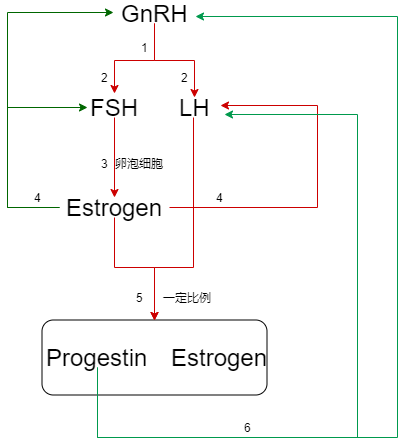
This is 反馈调节机制.png from LiDelight/Pictures, a draw.io export, as it was before one commit. Source tidied: cells renumbered, new cells last; positions are measured from the earlier drawing's top-left corner, leaving out a move shared by most shapes. The source it was exported from:
```xml
<mxGraphModel>
  <root>
    <mxCell id="0" />
    <mxCell id="1" parent="0" />
    <mxCell id="2" style="rounded=1;whiteSpace=wrap;html=1;" parent="1" vertex="1">
      <mxGeometry x="34.5" y="316.5" width="225" height="75" as="geometry" />
    </mxCell>
    <mxCell id="3" style="edgeStyle=orthogonalEdgeStyle;rounded=0;jettySize=auto;html=1;strokeColor=#CC0000;entryX=0.5;entryY=-0.2;entryDx=0;entryDy=0;entryPerimeter=0;" parent="1" edge="1" source="5" target="7">
      <mxGeometry relative="1" as="geometry" />
    </mxCell>
    <mxCell id="4" style="edgeStyle=orthogonalEdgeStyle;rounded=0;jettySize=auto;html=1;strokeColor=#CC0000;" parent="1" edge="1" source="5" target="13">
      <mxGeometry relative="1" as="geometry" />
    </mxCell>
    <mxCell id="5" value="&lt;font style=&quot;font-size: 24px&quot; face=&quot;Arial&quot;&gt;GnRH&lt;/font&gt;" style="text;html=1;align=center;verticalAlign=middle;points=[];" parent="1" vertex="1">
      <mxGeometry x="107" width="80" height="20" as="geometry" />
    </mxCell>
    <mxCell id="6" style="edgeStyle=orthogonalEdgeStyle;rounded=0;jettySize=auto;html=1;strokeColor=#CC0000;" parent="1" edge="1" source="7" target="12">
      <mxGeometry relative="1" as="geometry" />
    </mxCell>
    <mxCell id="7" value="&lt;font style=&quot;font-size: 24px&quot;&gt;FSH&lt;/font&gt;" style="text;html=1;align=center;verticalAlign=middle;points=[];" parent="1" vertex="1">
      <mxGeometry x="77" y="94" width="60" height="20" as="geometry" />
    </mxCell>
    <mxCell id="8" style="edgeStyle=orthogonalEdgeStyle;rounded=0;jettySize=auto;html=1;entryX=-0.01;entryY=0.46;entryDx=0;entryDy=0;entryPerimeter=0;strokeColor=#006600;" parent="1" edge="1" source="12" target="5">
      <mxGeometry relative="1" as="geometry">
        <Array as="points">
          <mxPoint y="204" />
          <mxPoint y="9" />
        </Array>
      </mxGeometry>
    </mxCell>
    <mxCell id="9" style="edgeStyle=orthogonalEdgeStyle;rounded=0;jettySize=auto;html=1;entryX=0.05;entryY=0.5;entryDx=0;entryDy=0;entryPerimeter=0;strokeColor=#006600;" parent="1" edge="1" source="12" target="7">
      <mxGeometry relative="1" as="geometry">
        <Array as="points">
          <mxPoint y="204" />
          <mxPoint y="104" />
        </Array>
      </mxGeometry>
    </mxCell>
    <mxCell id="10" style="edgeStyle=orthogonalEdgeStyle;rounded=0;jettySize=auto;html=1;entryX=1.028;entryY=0.4;entryDx=0;entryDy=0;entryPerimeter=0;strokeColor=#CC0000;" parent="1" edge="1" source="12" target="13">
      <mxGeometry relative="1" as="geometry">
        <Array as="points">
          <mxPoint x="310" y="204" />
          <mxPoint x="310" y="102" />
        </Array>
      </mxGeometry>
    </mxCell>
    <mxCell id="11" style="edgeStyle=orthogonalEdgeStyle;rounded=0;jettySize=auto;html=1;entryX=0.5;entryY=0;entryDx=0;entryDy=0;strokeColor=#CC0000;" parent="1" edge="1" source="12" target="2">
      <mxGeometry relative="1" as="geometry">
        <Array as="points">
          <mxPoint x="107" y="264" />
          <mxPoint x="147" y="264" />
        </Array>
      </mxGeometry>
    </mxCell>
    <mxCell id="12" value="&lt;font style=&quot;font-size: 24px&quot;&gt;Estrogen&lt;/font&gt;" style="text;html=1;align=center;verticalAlign=middle;points=[];" parent="1" vertex="1">
      <mxGeometry x="52" y="194" width="110" height="20" as="geometry" />
    </mxCell>
    <mxCell id="13" value="&lt;font style=&quot;font-size: 24px&quot;&gt;LH&lt;/font&gt;" style="text;html=1;align=center;verticalAlign=middle;points=[];" parent="1" vertex="1">
      <mxGeometry x="162" y="94" width="50" height="20" as="geometry" />
    </mxCell>
    <mxCell id="14" value="&lt;font face=&quot;Arial&quot;&gt;1&lt;/font&gt;" style="text;html=1;align=center;verticalAlign=middle;" parent="1" vertex="1">
      <mxGeometry x="127" y="34" width="20" height="20" as="geometry" />
    </mxCell>
    <mxCell id="15" value="2" style="text;html=1;align=center;verticalAlign=middle;" parent="1" vertex="1">
      <mxGeometry x="87" y="64" width="20" height="20" as="geometry" />
    </mxCell>
    <mxCell id="16" value="2" style="text;html=1;align=center;verticalAlign=middle;" parent="1" vertex="1">
      <mxGeometry x="167" y="64" width="20" height="20" as="geometry" />
    </mxCell>
    <mxCell id="17" value="3" style="text;html=1;align=center;verticalAlign=middle;" parent="1" vertex="1">
      <mxGeometry x="87" y="150" width="20" height="20" as="geometry" />
    </mxCell>
    <mxCell id="18" value="4" style="text;html=1;align=center;verticalAlign=middle;" parent="1" vertex="1">
      <mxGeometry x="20" y="184" width="20" height="20" as="geometry" />
    </mxCell>
    <mxCell id="19" value="4" style="text;html=1;align=center;verticalAlign=middle;" parent="1" vertex="1">
      <mxGeometry x="202" y="184" width="20" height="20" as="geometry" />
    </mxCell>
    <mxCell id="20" value="卵泡细胞" style="text;html=1;align=center;verticalAlign=middle;" parent="1" vertex="1">
      <mxGeometry x="102" y="150" width="60" height="20" as="geometry" />
    </mxCell>
    <mxCell id="21" style="edgeStyle=orthogonalEdgeStyle;rounded=0;jettySize=auto;html=1;entryX=1.092;entryY=0.84;entryDx=0;entryDy=0;entryPerimeter=0;strokeColor=#00994D;" parent="1" edge="1" source="23" target="13">
      <mxGeometry relative="1" as="geometry">
        <Array as="points">
          <mxPoint x="90" y="434" />
          <mxPoint x="350" y="434" />
          <mxPoint x="350" y="111" />
        </Array>
      </mxGeometry>
    </mxCell>
    <mxCell id="22" style="edgeStyle=orthogonalEdgeStyle;rounded=0;jettySize=auto;html=1;entryX=1.01;entryY=0.66;entryDx=0;entryDy=0;entryPerimeter=0;strokeColor=#00994D;" parent="1" edge="1" source="23" target="5">
      <mxGeometry relative="1" as="geometry">
        <Array as="points">
          <mxPoint x="90" y="434" />
          <mxPoint x="390" y="434" />
          <mxPoint x="390" y="13" />
        </Array>
      </mxGeometry>
    </mxCell>
    <mxCell id="23" value="&lt;font style=&quot;font-size: 24px&quot;&gt;Progestin&lt;/font&gt;" style="text;html=1;align=center;verticalAlign=middle;points=[];" parent="1" vertex="1">
      <mxGeometry x="30" y="344" width="120" height="20" as="geometry" />
    </mxCell>
    <mxCell id="24" value="&lt;font style=&quot;font-size: 24px&quot;&gt;Estrogen&lt;/font&gt;" style="text;html=1;align=center;verticalAlign=middle;" parent="1" vertex="1">
      <mxGeometry x="157" y="344" width="110" height="20" as="geometry" />
    </mxCell>
    <mxCell id="25" style="edgeStyle=orthogonalEdgeStyle;rounded=0;jettySize=auto;html=1;entryX=0.5;entryY=0;entryDx=0;entryDy=0;strokeColor=#CC0000;exitX=0.484;exitY=1;exitDx=0;exitDy=0;exitPerimeter=0;" parent="1" edge="1" source="13" target="2">
      <mxGeometry relative="1" as="geometry">
        <Array as="points">
          <mxPoint x="186" y="264" />
          <mxPoint x="147" y="264" />
        </Array>
      </mxGeometry>
    </mxCell>
    <mxCell id="26" value="一定比例" style="text;html=1;align=center;verticalAlign=middle;" parent="1" vertex="1">
      <mxGeometry x="150" y="284" width="60" height="20" as="geometry" />
    </mxCell>
    <mxCell id="27" value="5" style="text;html=1;align=center;verticalAlign=middle;" parent="1" vertex="1">
      <mxGeometry x="122" y="284" width="20" height="20" as="geometry" />
    </mxCell>
    <mxCell id="28" value="6" style="text;html=1;align=center;verticalAlign=middle;" parent="1" vertex="1">
      <mxGeometry x="230" y="414" width="20" height="20" as="geometry" />
    </mxCell>
  </root>
</mxGraphModel>
```
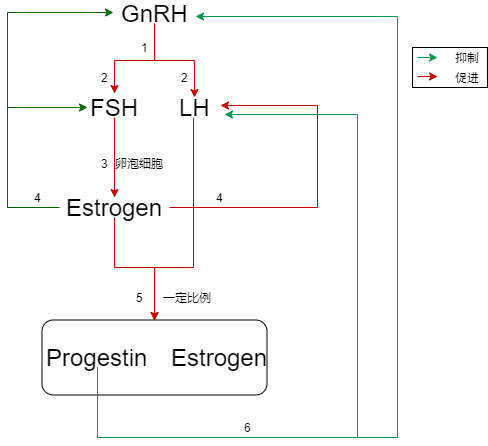
Later version of the same file.

Commit message:
已添加 反馈调节机制.png

Diff of the diagram source:
```diff
@@ -2,6 +2,9 @@
   <root>
     <mxCell id="0" />
     <mxCell id="1" parent="0" />
+    <mxCell id="29" style="rounded=0;whiteSpace=wrap;html=1;" parent="1" vertex="1">
+      <mxGeometry x="405" y="44" width="75" height="40" as="geometry" />
+    </mxCell>
     <mxCell id="2" style="rounded=1;whiteSpace=wrap;html=1;" parent="1" vertex="1">
       <mxGeometry x="34.5" y="316.5" width="225" height="75" as="geometry" />
     </mxCell>
@@ -120,5 +123,23 @@
     <mxCell id="28" value="6" style="text;html=1;align=center;verticalAlign=middle;" parent="1" vertex="1">
       <mxGeometry x="230" y="414" width="20" height="20" as="geometry" />
     </mxCell>
+    <mxCell id="30" style="endArrow=classic;html=1;strokeColor=#00994D;" parent="1" edge="1">
+      <mxGeometry relative="1" as="geometry">
+        <mxPoint x="410" y="54" as="sourcePoint" />
+        <mxPoint x="430" y="54" as="targetPoint" />
+      </mxGeometry>
+    </mxCell>
+    <mxCell id="31" value="&lt;font style=&quot;font-size: 12px&quot; face=&quot;黑体&quot;&gt;抑制&lt;/font&gt;" style="text;html=1;align=center;verticalAlign=middle;" parent="1" vertex="1">
+      <mxGeometry x="440" y="44" width="40" height="20" as="geometry" />
+    </mxCell>
+    <mxCell id="32" style="endArrow=classic;html=1;strokeColor=#CC0000;" parent="1" edge="1">
+      <mxGeometry relative="1" as="geometry">
+        <mxPoint x="410" y="73" as="sourcePoint" />
+        <mxPoint x="430" y="73" as="targetPoint" />
+      </mxGeometry>
+    </mxCell>
+    <mxCell id="33" value="&lt;font face=&quot;黑体&quot; style=&quot;font-size: 12px&quot;&gt;促进&lt;/font&gt;" style="text;html=1;align=center;verticalAlign=middle;" parent="1" vertex="1">
+      <mxGeometry x="440" y="64" width="40" height="20" as="geometry" />
+    </mxCell>
   </root>
 </mxGraphModel>
```
